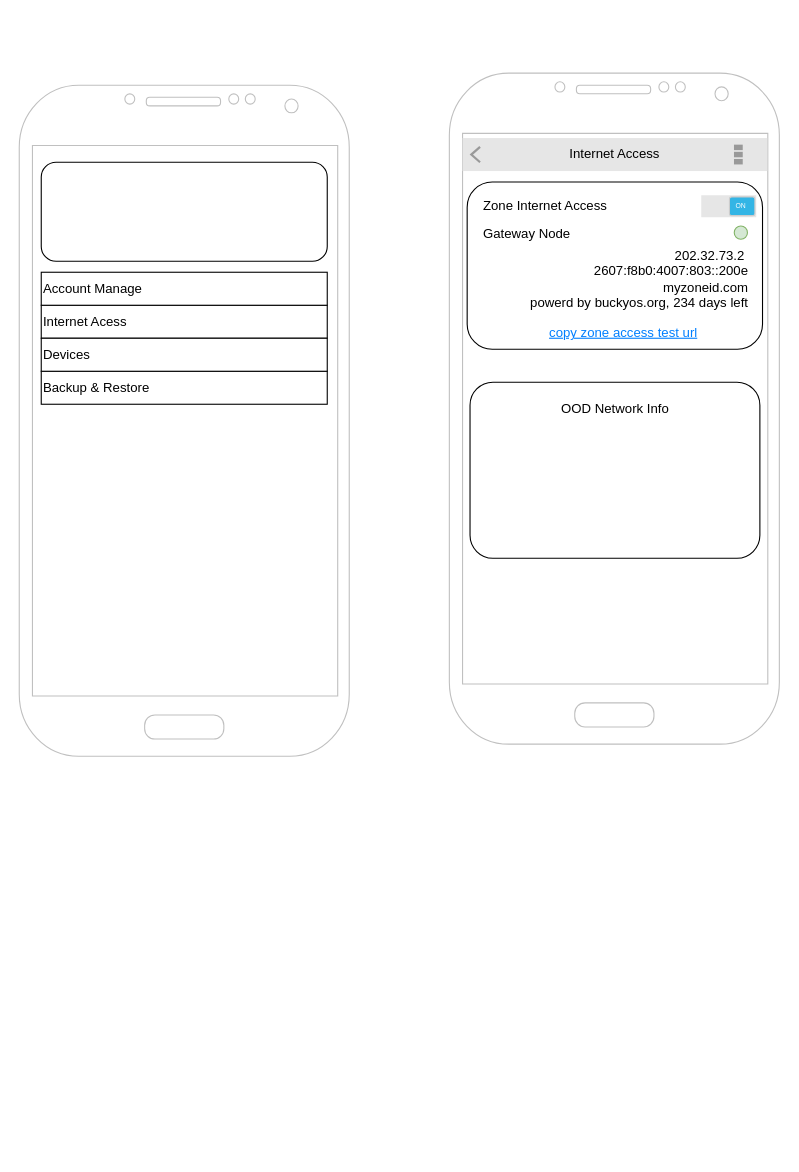
buckyos/buckyos keeps this draw.io diagram as page "Control Panel" (10 of 21) of doc/UI.drawio. Above is the earlier version. Source tidied: cells renumbered, new cells numbered last; positions are measured from the earlier drawing's top-left corner, leaving out a move shared by most shapes. Both pictures are drawn from the tidied source at 110%, with x=0, y=0 at pixel (19, 73).
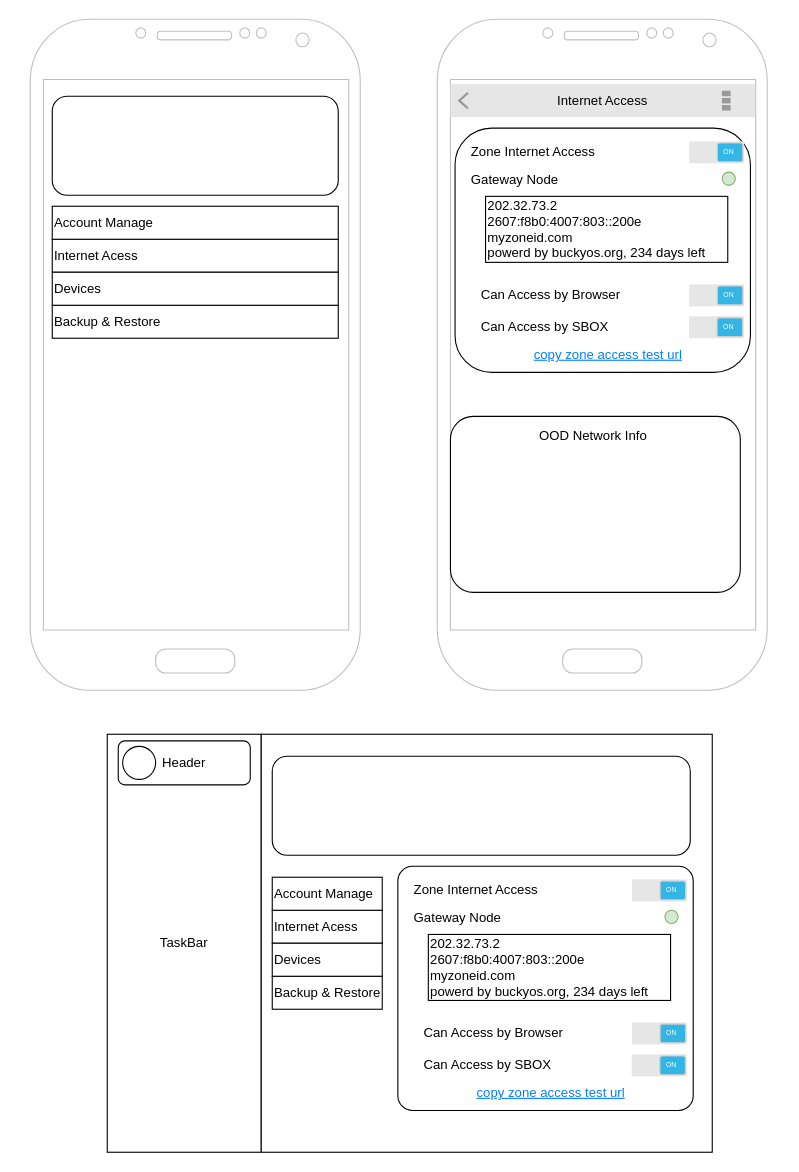
The same diagram, later.

What changed in the source:
```diff
@@
     <mxCell id="2" style="rounded=1;whiteSpace=wrap;html=1;fillColor=none;" parent="1" vertex="1">
-      <mxGeometry x="407.2" y="99" width="268.5" height="152" as="geometry" />
+      <mxGeometry x="396.2" y="50" width="268.5" height="222" as="geometry" />
     </mxCell>
     <mxCell id="3" value="Internet Acess" style="rounded=0;whiteSpace=wrap;html=1;align=left;" parent="1" vertex="1">
-      <mxGeometry x="20" y="211" width="260" height="30" as="geometry" />
+      <mxGeometry x="30" y="151" width="260" height="30" as="geometry" />
     </mxCell>
     <mxCell id="4" value="Account Manage" style="rounded=0;whiteSpace=wrap;html=1;align=left;" parent="1" vertex="1">
-      <mxGeometry x="20" y="181" width="260" height="30" as="geometry" />
+      <mxGeometry x="30" y="121" width="260" height="30" as="geometry" />
     </mxCell>
     <mxCell id="5" value="Backup &amp;amp; Restore" style="rounded=0;whiteSpace=wrap;html=1;align=left;" parent="1" vertex="1">
-      <mxGeometry x="20" y="271" width="260" height="30" as="geometry" />
+      <mxGeometry x="30" y="211" width="260" height="30" as="geometry" />
     </mxCell>
     <mxCell id="6" value="Devices" style="rounded=0;whiteSpace=wrap;html=1;align=left;" parent="1" vertex="1">
-      <mxGeometry x="20" y="241" width="260" height="30" as="geometry" />
+      <mxGeometry x="30" y="181" width="260" height="30" as="geometry" />
     </mxCell>
     <mxCell id="7" style="verticalLabelPosition=bottom;verticalAlign=top;html=1;shadow=0;dashed=0;strokeWidth=1;shape=mxgraph.android.phone2;strokeColor=#c0c0c0;" parent="1" vertex="1">
-      <mxGeometry x="391" width="300" height="610" as="geometry" />
+      <mxGeometry x="380" y="-49" width="300" height="610" as="geometry" />
     </mxCell>
     <mxCell id="8" style="verticalLabelPosition=bottom;verticalAlign=top;html=1;shadow=0;dashed=0;strokeWidth=1;shape=mxgraph.android.phone2;strokeColor=#c0c0c0;" parent="1" vertex="1">
-      <mxGeometry y="11" width="300" height="610" as="geometry" />
+      <mxGeometry x="10" y="-49" width="300" height="610" as="geometry" />
     </mxCell>
     <mxCell id="9" style="rounded=1;whiteSpace=wrap;html=1;" parent="1" vertex="1">
-      <mxGeometry x="20" y="81" width="260" height="90" as="geometry" />
+      <mxGeometry x="30" y="21" width="260" height="90" as="geometry" />
     </mxCell>
     <mxCell id="10" value="Internet Access" style="strokeWidth=1;html=1;shadow=0;dashed=0;shape=mxgraph.android.action_bar;fillColor=#E6E6E6;strokeColor=#c0c0c0;strokeWidth=2;whiteSpace=wrap;" parent="1" vertex="1">
-      <mxGeometry x="403" y="59" width="277" height="30" as="geometry" />
+      <mxGeometry x="392" y="10" width="277" height="30" as="geometry" />
     </mxCell>
     <mxCell id="11" style="verticalLabelPosition=bottom;verticalAlign=top;html=1;shadow=0;dashed=0;strokeWidth=1;shape=mxgraph.android.switch_on;fillColor=#E6E6E6;sketch=0;" parent="1" vertex="1">
-      <mxGeometry x="620" y="111" width="50" height="20" as="geometry" />
+      <mxGeometry x="609" y="62" width="50" height="20" as="geometry" />
     </mxCell>
     <mxCell id="12" value="Zone Internet Access" style="text;html=1;strokeColor=none;fillColor=none;align=left;verticalAlign=middle;whiteSpace=wrap;rounded=0;" parent="1" vertex="1">
-      <mxGeometry x="420" y="106" width="120" height="30" as="geometry" />
+      <mxGeometry x="409" y="57" width="120" height="30" as="geometry" />
     </mxCell>
     <mxCell id="13" style="rounded=1;whiteSpace=wrap;html=1;arcSize=13;" parent="1" vertex="1">
-      <mxGeometry x="409.8" y="281" width="263.5" height="160" as="geometry" />
+      <mxGeometry x="392" y="312" width="263.5" height="160" as="geometry" />
     </mxCell>
     <mxCell id="14" value="Gateway Node" style="text;html=1;strokeColor=none;fillColor=none;align=left;verticalAlign=middle;whiteSpace=wrap;rounded=0;" parent="1" vertex="1">
-      <mxGeometry x="420" y="131" width="250" height="30" as="geometry" />
+      <mxGeometry x="409" y="82" width="250" height="30" as="geometry" />
     </mxCell>
     <mxCell id="15" style="ellipse;whiteSpace=wrap;html=1;fillColor=#d5e8d4;strokeColor=#82b366;" parent="1" vertex="1">
-      <mxGeometry x="650" y="139" width="12" height="12" as="geometry" />
+      <mxGeometry x="639" y="90" width="12" height="12" as="geometry" />
     </mxCell>
-    <mxCell id="16" value="202.32.73.2&amp;nbsp;&lt;br&gt;2607:f8b0:4007:803::200e&lt;br&gt;myzoneid.com&lt;br&gt;powerd by buckyos.org, 234 days left" style="text;html=1;strokeColor=none;fillColor=none;align=right;verticalAlign=middle;whiteSpace=wrap;rounded=0;" parent="1" vertex="1">
-      <mxGeometry x="428.5" y="162" width="236" height="50" as="geometry" />
+    <mxCell id="16" value="202.32.73.2&amp;nbsp;&lt;br&gt;2607:f8b0:4007:803::200e&lt;br&gt;myzoneid.com&lt;br&gt;powerd by buckyos.org, 234 days left" style="text;html=1;strokeColor=default;fillColor=none;align=left;verticalAlign=middle;whiteSpace=wrap;rounded=0;" parent="1" vertex="1">
+      <mxGeometry x="423.9" y="112" width="220.2" height="60" as="geometry" />
     </mxCell>
     <mxCell id="17" value="OOD Network Info" style="text;html=1;strokeColor=none;fillColor=none;align=center;verticalAlign=middle;whiteSpace=wrap;rounded=0;" parent="1" vertex="1">
-      <mxGeometry x="456.5" y="290" width="170" height="30" as="geometry" />
+      <mxGeometry x="436.8" y="315" width="170" height="30" as="geometry" />
     </mxCell>
     <mxCell id="18" value="copy zone access test url" style="text;html=1;strokeColor=none;fillColor=none;align=center;verticalAlign=middle;whiteSpace=wrap;rounded=0;fontStyle=4;fontColor=#007FFF;" parent="1" vertex="1">
-      <mxGeometry x="477.5" y="221" width="143" height="30" as="geometry" />
+      <mxGeometry x="464" y="241" width="143" height="30" as="geometry" />
     </mxCell>
+    <mxCell id="19" value="Can Access by Browser&lt;br&gt;&lt;br&gt;Can Access by SBOX" style="text;html=1;strokeColor=none;fillColor=none;align=left;verticalAlign=middle;whiteSpace=wrap;rounded=0;" parent="1" vertex="1">
+      <mxGeometry x="417.5" y="191" width="231.5" height="50" as="geometry" />
+    </mxCell>
+    <mxCell id="20" style="verticalLabelPosition=bottom;verticalAlign=top;html=1;shadow=0;dashed=0;strokeWidth=1;shape=mxgraph.android.switch_on;fillColor=#E6E6E6;sketch=0;" parent="1" vertex="1">
+      <mxGeometry x="609" y="192" width="50" height="20" as="geometry" />
+    </mxCell>
+    <mxCell id="21" style="verticalLabelPosition=bottom;verticalAlign=top;html=1;shadow=0;dashed=0;strokeWidth=1;shape=mxgraph.android.switch_on;fillColor=#E6E6E6;sketch=0;" parent="1" vertex="1">
+      <mxGeometry x="608.8" y="221" width="50" height="20" as="geometry" />
+    </mxCell>
+    <mxCell id="22" value="TaskBar" style="rounded=0;whiteSpace=wrap;html=1;" parent="1" vertex="1">
+      <mxGeometry x="80" y="601" width="140" height="380" as="geometry" />
+    </mxCell>
+    <mxCell id="23" style="rounded=0;whiteSpace=wrap;html=1;" parent="1" vertex="1">
+      <mxGeometry x="220" y="601" width="410" height="380" as="geometry" />
+    </mxCell>
+    <mxCell id="24" value="Header" style="rounded=1;whiteSpace=wrap;html=1;" parent="1" vertex="1">
+      <mxGeometry x="90" y="607" width="120" height="40" as="geometry" />
+    </mxCell>
+    <mxCell id="25" style="ellipse;whiteSpace=wrap;html=1;" parent="1" vertex="1">
+      <mxGeometry x="94" y="612" width="30" height="30" as="geometry" />
+    </mxCell>
+    <mxCell id="26" style="rounded=1;whiteSpace=wrap;html=1;" parent="1" vertex="1">
+      <mxGeometry x="230" y="621" width="380" height="90" as="geometry" />
+    </mxCell>
+    <mxCell id="27" value="Internet Acess" style="rounded=0;whiteSpace=wrap;html=1;align=left;" parent="1" vertex="1">
+      <mxGeometry x="230" y="761" width="100" height="30" as="geometry" />
+    </mxCell>
+    <mxCell id="28" value="Account Manage" style="rounded=0;whiteSpace=wrap;html=1;align=left;" parent="1" vertex="1">
+      <mxGeometry x="230" y="731" width="100" height="30" as="geometry" />
+    </mxCell>
+    <mxCell id="29" value="Backup &amp;amp; Restore" style="rounded=0;whiteSpace=wrap;html=1;align=left;" parent="1" vertex="1">
+      <mxGeometry x="230" y="821" width="100" height="30" as="geometry" />
+    </mxCell>
+    <mxCell id="30" value="Devices" style="rounded=0;whiteSpace=wrap;html=1;align=left;" parent="1" vertex="1">
+      <mxGeometry x="230" y="791" width="100" height="30" as="geometry" />
+    </mxCell>
+    <mxCell id="31" style="rounded=1;whiteSpace=wrap;html=1;fillColor=none;arcSize=6;" parent="1" vertex="1">
+      <mxGeometry x="344.2" y="721" width="268.5" height="222" as="geometry" />
+    </mxCell>
+    <mxCell id="32" style="verticalLabelPosition=bottom;verticalAlign=top;html=1;shadow=0;dashed=0;strokeWidth=1;shape=mxgraph.android.switch_on;fillColor=#E6E6E6;sketch=0;" parent="1" vertex="1">
+      <mxGeometry x="557" y="733" width="50" height="20" as="geometry" />
+    </mxCell>
+    <mxCell id="33" value="Zone Internet Access" style="text;html=1;strokeColor=none;fillColor=none;align=left;verticalAlign=middle;whiteSpace=wrap;rounded=0;" parent="1" vertex="1">
+      <mxGeometry x="357" y="728" width="120" height="30" as="geometry" />
+    </mxCell>
+    <mxCell id="34" value="Gateway Node" style="text;html=1;strokeColor=none;fillColor=none;align=left;verticalAlign=middle;whiteSpace=wrap;rounded=0;" parent="1" vertex="1">
+      <mxGeometry x="357" y="753" width="250" height="30" as="geometry" />
+    </mxCell>
+    <mxCell id="35" style="ellipse;whiteSpace=wrap;html=1;fillColor=#d5e8d4;strokeColor=#82b366;" parent="1" vertex="1">
+      <mxGeometry x="587" y="761" width="12" height="12" as="geometry" />
+    </mxCell>
+    <mxCell id="36" value="202.32.73.2&amp;nbsp;&lt;br&gt;2607:f8b0:4007:803::200e&lt;br&gt;myzoneid.com&lt;br&gt;powerd by buckyos.org, 234 days left" style="text;html=1;strokeColor=default;fillColor=none;align=left;verticalAlign=middle;whiteSpace=wrap;rounded=0;" parent="1" vertex="1">
+      <mxGeometry x="371.9" y="783" width="220.2" height="60" as="geometry" />
+    </mxCell>
+    <mxCell id="37" value="copy zone access test url" style="text;html=1;strokeColor=none;fillColor=none;align=center;verticalAlign=middle;whiteSpace=wrap;rounded=0;fontStyle=4;fontColor=#007FFF;" parent="1" vertex="1">
+      <mxGeometry x="412" y="912" width="143" height="30" as="geometry" />
+    </mxCell>
+    <mxCell id="38" value="Can Access by Browser&lt;br&gt;&lt;br&gt;Can Access by SBOX" style="text;html=1;strokeColor=none;fillColor=none;align=left;verticalAlign=middle;whiteSpace=wrap;rounded=0;" parent="1" vertex="1">
+      <mxGeometry x="365.5" y="862" width="231.5" height="50" as="geometry" />
+    </mxCell>
+    <mxCell id="39" style="verticalLabelPosition=bottom;verticalAlign=top;html=1;shadow=0;dashed=0;strokeWidth=1;shape=mxgraph.android.switch_on;fillColor=#E6E6E6;sketch=0;" parent="1" vertex="1">
+      <mxGeometry x="557" y="863" width="50" height="20" as="geometry" />
+    </mxCell>
+    <mxCell id="40" style="verticalLabelPosition=bottom;verticalAlign=top;html=1;shadow=0;dashed=0;strokeWidth=1;shape=mxgraph.android.switch_on;fillColor=#E6E6E6;sketch=0;" parent="1" vertex="1">
+      <mxGeometry x="556.8" y="892" width="50" height="20" as="geometry" />
+    </mxCell>
```
